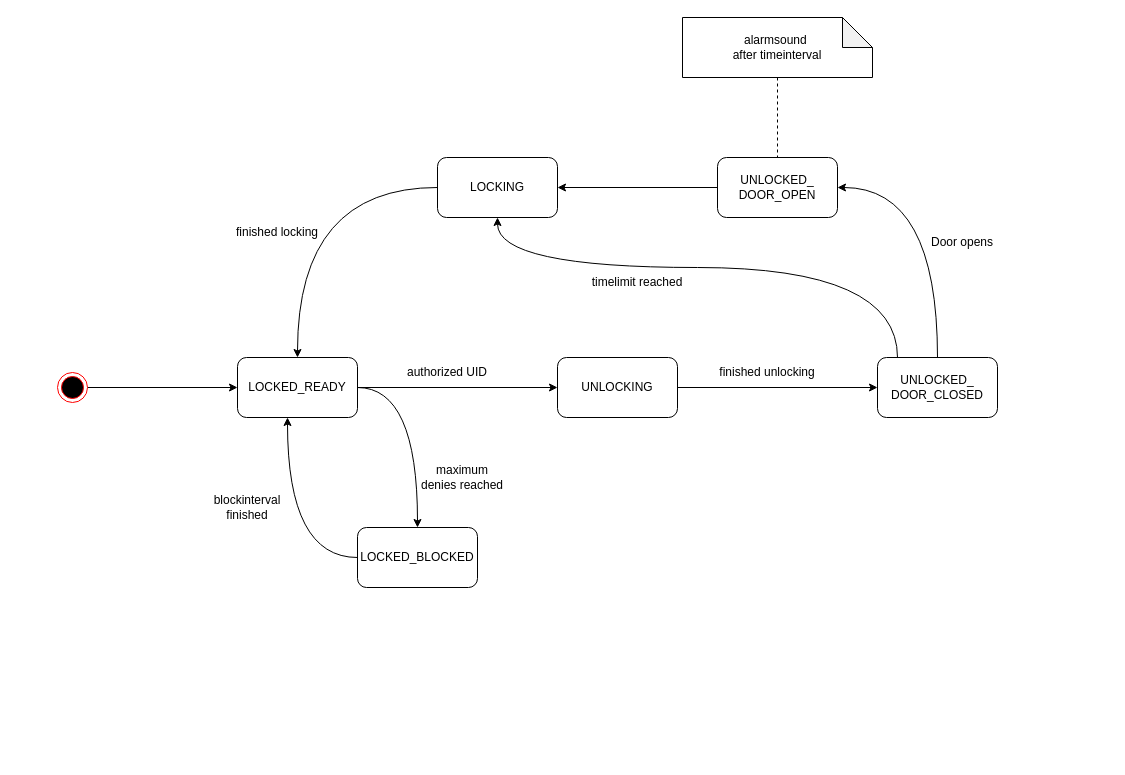
NilsL1234/access-controller keeps this draw.io diagram as docs/access_control_flow_chart.drawio. Above is the earlier version. Source tidied: cells renumbered, new cells numbered last; positions are measured from the earlier drawing's top-left corner, leaving out a move shared by most shapes. Both pictures are drawn from the tidied source at 100%, with x=0, y=0 at pixel (57, 17).
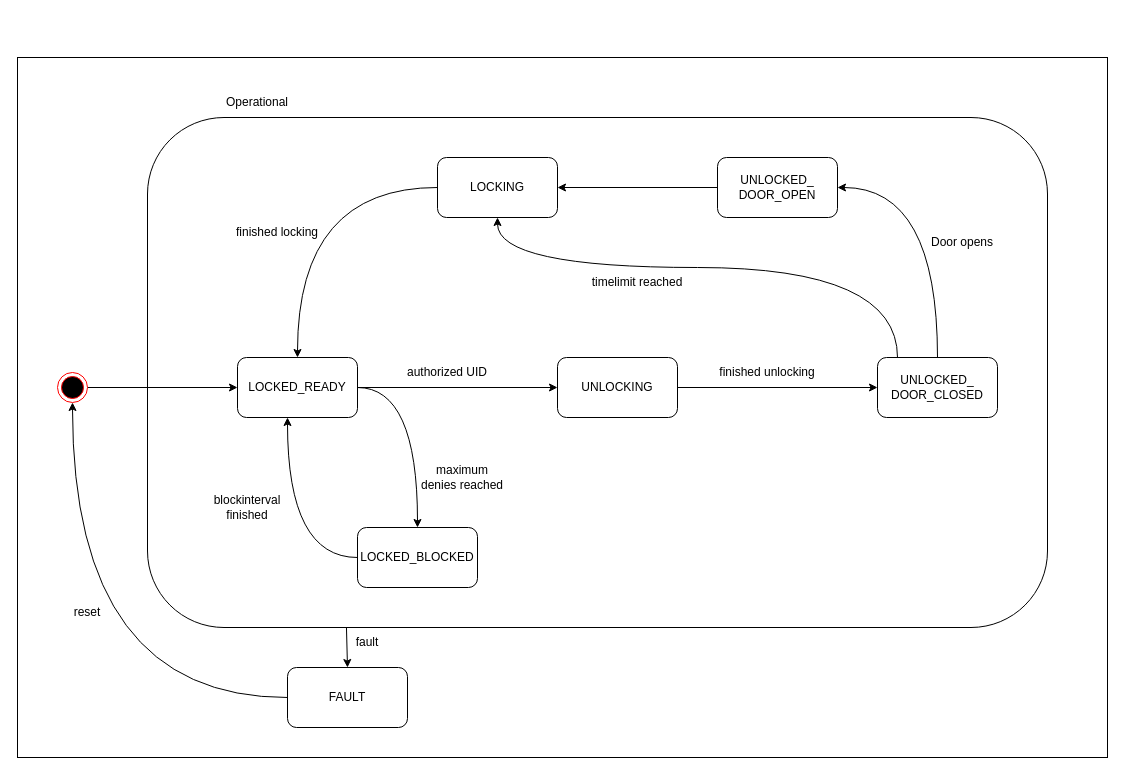
The same diagram, later.

Commit message (it also covers changes not shown here):
[docs] Update flow charts

The change refers to these unchanged cells:
```xml
<mxCell id="5" value="UNLOCKED_&lt;div&gt;DOOR_OPEN&lt;/div&gt;" style="rounded=1;whiteSpace=wrap;html=1;" parent="1" vertex="1">
  <mxGeometry x="660" y="140" width="120" height="60" as="geometry" />
</mxCell>
<mxCell id="16" style="ellipse;html=1;shape=endState;fillColor=#000000;strokeColor=#ff0000;" parent="1" vertex="1">
  <mxGeometry y="355" width="30" height="30" as="geometry" />
</mxCell>
```

Diff of the diagram source:
```diff
@@
+    <mxCell id="28" style="rounded=0;whiteSpace=wrap;html=1;" parent="1" vertex="1">
+      <mxGeometry x="-40" y="40" width="1090" height="700" as="geometry" />
+    </mxCell>
+    <mxCell id="29" style="edgeStyle=none;html=1;entryX=0.5;entryY=0;entryDx=0;entryDy=0;exitX=0.221;exitY=0.995;exitDx=0;exitDy=0;exitPerimeter=0;" parent="1" edge="1" source="30" target="32">
+      <mxGeometry relative="1" as="geometry" />
+    </mxCell>
+    <mxCell id="30" style="rounded=1;whiteSpace=wrap;html=1;" parent="1" vertex="1">
+      <mxGeometry x="90" y="100" width="900" height="510" as="geometry" />
+    </mxCell>
@@
-    <mxCell id="17" style="edgeStyle=orthogonalEdgeStyle;rounded=0;jettySize=auto;html=1;dashed=1;endArrow=none;endFill=0;" parent="1" edge="1" source="18" target="5">
-      <mxGeometry relative="1" as="geometry" />
-    </mxCell>
-    <mxCell id="18" value="alarmsound&amp;nbsp;&lt;div&gt;after timeinterval&lt;/div&gt;" style="shape=note;whiteSpace=wrap;html=1;backgroundOutline=1;darkOpacity=0.05;" parent="1" vertex="1">
-      <mxGeometry x="625" width="190" height="60" as="geometry" />
-    </mxCell>
@@
+    <mxCell id="31" style="edgeStyle=orthogonalEdgeStyle;html=1;entryX=0.5;entryY=1;entryDx=0;entryDy=0;rounded=0;curved=1;curveGeometry=1;" parent="1" edge="1" source="32" target="16">
+      <mxGeometry relative="1" as="geometry" />
+    </mxCell>
+    <mxCell id="32" value="FAULT" style="rounded=1;whiteSpace=wrap;html=1;" parent="1" vertex="1">
+      <mxGeometry x="230" y="650" width="120" height="60" as="geometry" />
+    </mxCell>
+    <mxCell id="33" value="fault" style="text;html=1;whiteSpace=wrap;strokeColor=none;fillColor=none;align=center;verticalAlign=middle;rounded=0;" parent="1" vertex="1">
+      <mxGeometry x="280" y="610" width="60" height="30" as="geometry" />
+    </mxCell>
+    <mxCell id="34" value="reset" style="text;html=1;whiteSpace=wrap;strokeColor=none;fillColor=none;align=center;verticalAlign=middle;rounded=0;" parent="1" vertex="1">
+      <mxGeometry y="580" width="60" height="30" as="geometry" />
+    </mxCell>
+    <mxCell id="35" value="Operational" style="text;html=1;whiteSpace=wrap;strokeColor=none;fillColor=none;align=center;verticalAlign=middle;rounded=0;" parent="1" vertex="1">
+      <mxGeometry x="170" y="70" width="60" height="30" as="geometry" />
+    </mxCell>
```
